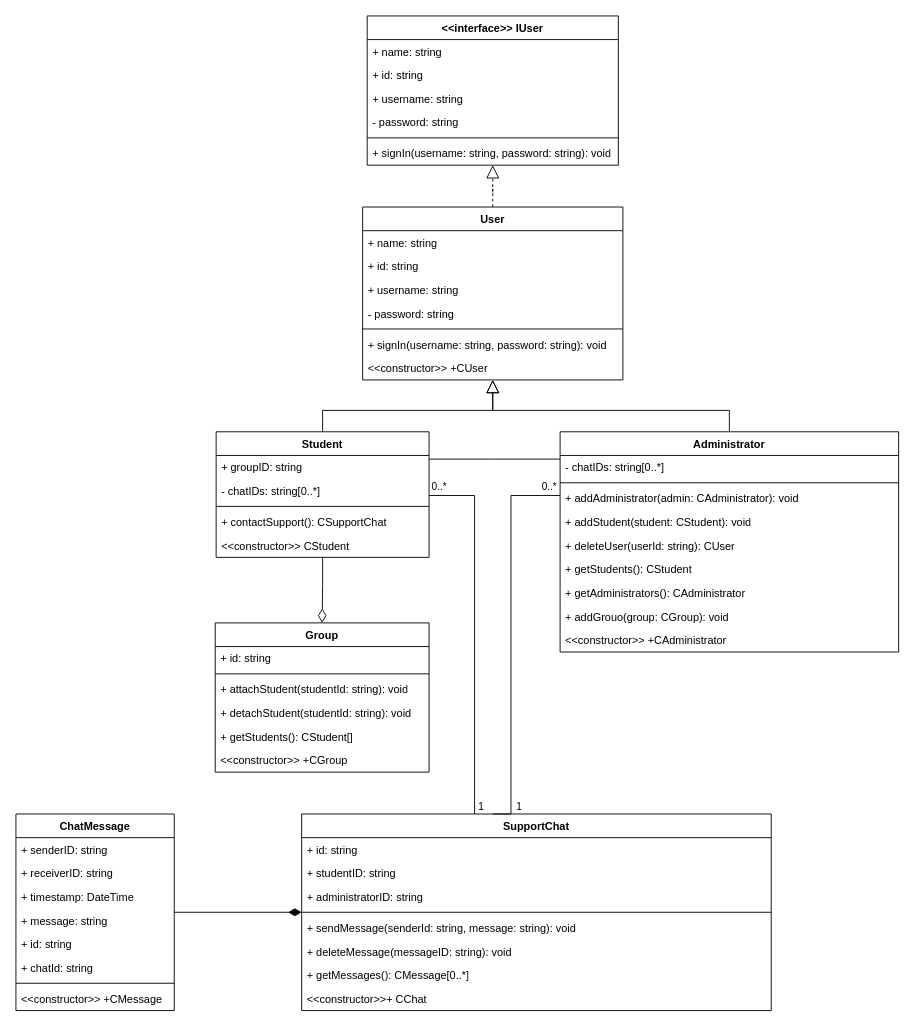
Earlier version of the draw.io diagram class_diagram_detailed.drawio (marchenkodima/oop-project-console). Source tidied: cells renumbered, new cells numbered last; positions are measured from the earlier drawing's top-left corner, leaving out a move shared by most shapes. Both pictures are drawn from the tidied source at 91%, with x=0, y=0 at pixel (15, 15).
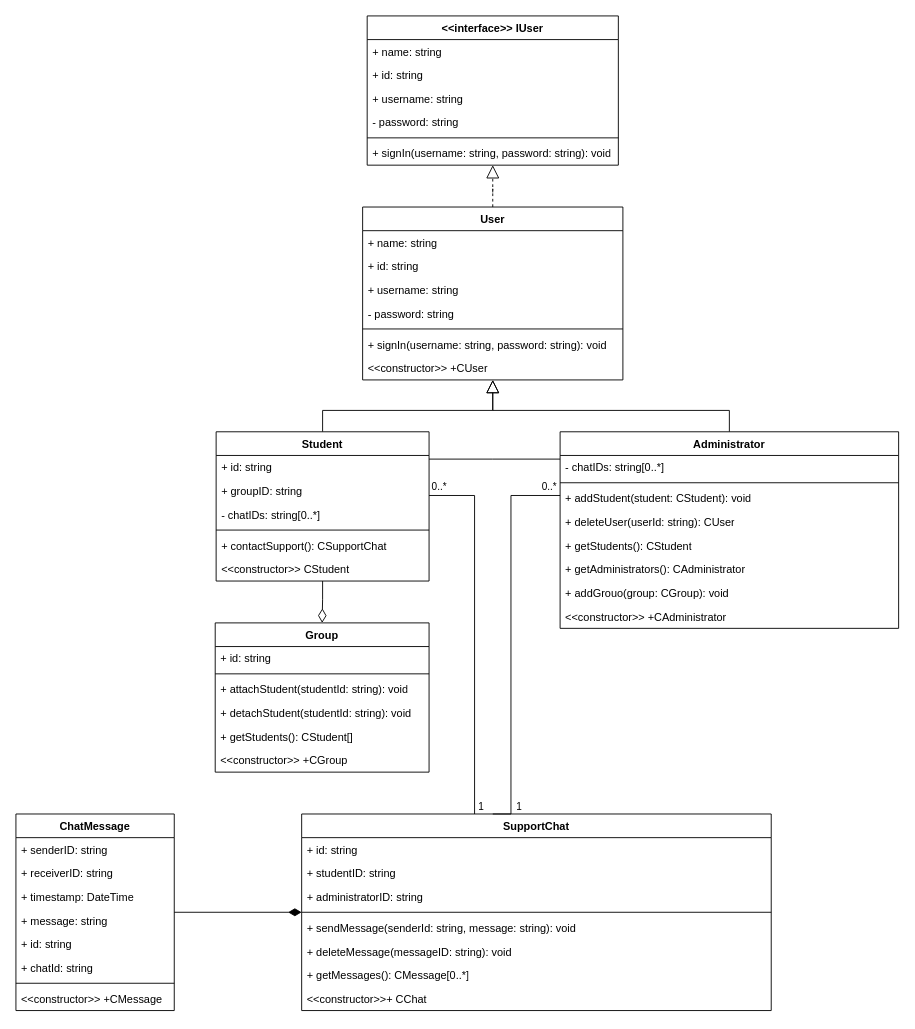
The same diagram, later.

What changed in the source:
```diff
@@
     <mxCell id="11" value="Student" style="swimlane;fontStyle=1;align=center;verticalAlign=top;horizontal=1;startSize=26;whiteSpace=wrap;html=1;" parent="1" vertex="1">
-      <mxGeometry x="220" y="457" width="234" height="138" as="geometry" />
+      <mxGeometry x="220" y="457" width="234" height="164" as="geometry" />
     </mxCell>
+    <mxCell id="70" value="+ id: string" style="text;strokeColor=none;fillColor=none;align=left;verticalAlign=top;spacingLeft=4;spacingRight=4;overflow=hidden;whiteSpace=wrap;html=1;" parent="11" vertex="1">
+      <mxGeometry y="26" width="234" height="26" as="geometry" />
+    </mxCell>
     <mxCell id="12" value="+ groupID: string" style="text;strokeColor=none;fillColor=none;align=left;verticalAlign=top;spacingLeft=4;spacingRight=4;overflow=hidden;whiteSpace=wrap;html=1;" parent="11" vertex="1">
-      <mxGeometry y="26" width="234" height="26" as="geometry" />
+      <mxGeometry y="52" width="234" height="26" as="geometry" />
     </mxCell>
     <mxCell id="13" value="- chatIDs: string[0..*]" style="text;strokeColor=none;fillColor=none;align=left;verticalAlign=top;spacingLeft=4;spacingRight=4;overflow=hidden;whiteSpace=wrap;html=1;" parent="11" vertex="1">
-      <mxGeometry y="52" width="234" height="26" as="geometry" />
+      <mxGeometry y="78" width="234" height="26" as="geometry" />
     </mxCell>
     <mxCell id="14" style="line;strokeWidth=1;fillColor=none;align=left;verticalAlign=middle;spacingTop=-1;spacingLeft=3;spacingRight=3;labelPosition=right;strokeColor=inherit;" parent="11" vertex="1">
-      <mxGeometry y="78" width="234" height="8" as="geometry" />
+      <mxGeometry y="104" width="234" height="8" as="geometry" />
     </mxCell>
     <mxCell id="15" value="+ contactSupport(): CSupportChat" style="text;strokeColor=none;fillColor=none;align=left;verticalAlign=top;spacingLeft=4;spacingRight=4;overflow=hidden;whiteSpace=wrap;html=1;" parent="11" vertex="1">
-      <mxGeometry y="86" width="234" height="26" as="geometry" />
+      <mxGeometry y="112" width="234" height="26" as="geometry" />
     </mxCell>
     <mxCell id="16" value="&amp;lt;&amp;lt;constructor&amp;gt;&amp;gt; CStudent" style="text;strokeColor=none;fillColor=none;align=left;verticalAlign=top;spacingLeft=4;spacingRight=4;overflow=hidden;whiteSpace=wrap;html=1;" parent="11" vertex="1">
-      <mxGeometry y="112" width="234" height="26" as="geometry" />
+      <mxGeometry y="138" width="234" height="26" as="geometry" />
     </mxCell>
@@
     <mxCell id="18" value="Administrator" style="swimlane;fontStyle=1;align=center;verticalAlign=top;horizontal=1;startSize=26;whiteSpace=wrap;html=1;" parent="1" vertex="1">
-      <mxGeometry x="598" y="457" width="372" height="242" as="geometry" />
+      <mxGeometry x="598" y="457" width="372" height="216" as="geometry" />
     </mxCell>
@@
-    <mxCell id="21" value="+ addAdministrator(admin: CAdministrator): void" style="text;strokeColor=none;fillColor=none;align=left;verticalAlign=top;spacingLeft=4;spacingRight=4;overflow=hidden;whiteSpace=wrap;html=1;" parent="18" vertex="1">
-      <mxGeometry y="60" width="372" height="26" as="geometry" />
-    </mxCell>
     <mxCell id="22" value="+ addStudent(student: CStudent): void" style="text;strokeColor=none;fillColor=none;align=left;verticalAlign=top;spacingLeft=4;spacingRight=4;overflow=hidden;whiteSpace=wrap;html=1;" parent="18" vertex="1">
-      <mxGeometry y="86" width="372" height="26" as="geometry" />
+      <mxGeometry y="60" width="372" height="26" as="geometry" />
     </mxCell>
     <mxCell id="23" value="+ deleteUser(userId: string): CUser" style="text;strokeColor=none;fillColor=none;align=left;verticalAlign=top;spacingLeft=4;spacingRight=4;overflow=hidden;whiteSpace=wrap;html=1;" parent="18" vertex="1">
-      <mxGeometry y="112" width="372" height="26" as="geometry" />
+      <mxGeometry y="86" width="372" height="26" as="geometry" />
     </mxCell>
     <mxCell id="24" value="+ getStudents(): CStudent" style="text;strokeColor=none;fillColor=none;align=left;verticalAlign=top;spacingLeft=4;spacingRight=4;overflow=hidden;whiteSpace=wrap;html=1;" parent="18" vertex="1">
-      <mxGeometry y="138" width="372" height="26" as="geometry" />
+      <mxGeometry y="112" width="372" height="26" as="geometry" />
     </mxCell>
     <mxCell id="25" value="+ getAdministrators(): CAdministrator" style="text;strokeColor=none;fillColor=none;align=left;verticalAlign=top;spacingLeft=4;spacingRight=4;overflow=hidden;whiteSpace=wrap;html=1;" parent="18" vertex="1">
-      <mxGeometry y="164" width="372" height="26" as="geometry" />
+      <mxGeometry y="138" width="372" height="26" as="geometry" />
     </mxCell>
     <mxCell id="26" value="+ addGrouo(group: CGroup): void" style="text;strokeColor=none;fillColor=none;align=left;verticalAlign=top;spacingLeft=4;spacingRight=4;overflow=hidden;whiteSpace=wrap;html=1;" parent="18" vertex="1">
-      <mxGeometry y="190" width="372" height="26" as="geometry" />
+      <mxGeometry y="164" width="372" height="26" as="geometry" />
     </mxCell>
     <mxCell id="27" value="&amp;lt;&amp;lt;constructor&amp;gt;&amp;gt; +CAdministrator" style="text;strokeColor=none;fillColor=none;align=left;verticalAlign=top;spacingLeft=4;spacingRight=4;overflow=hidden;whiteSpace=wrap;html=1;" parent="18" vertex="1">
-      <mxGeometry y="216" width="372" height="26" as="geometry" />
+      <mxGeometry y="190" width="372" height="26" as="geometry" />
     </mxCell>
```
